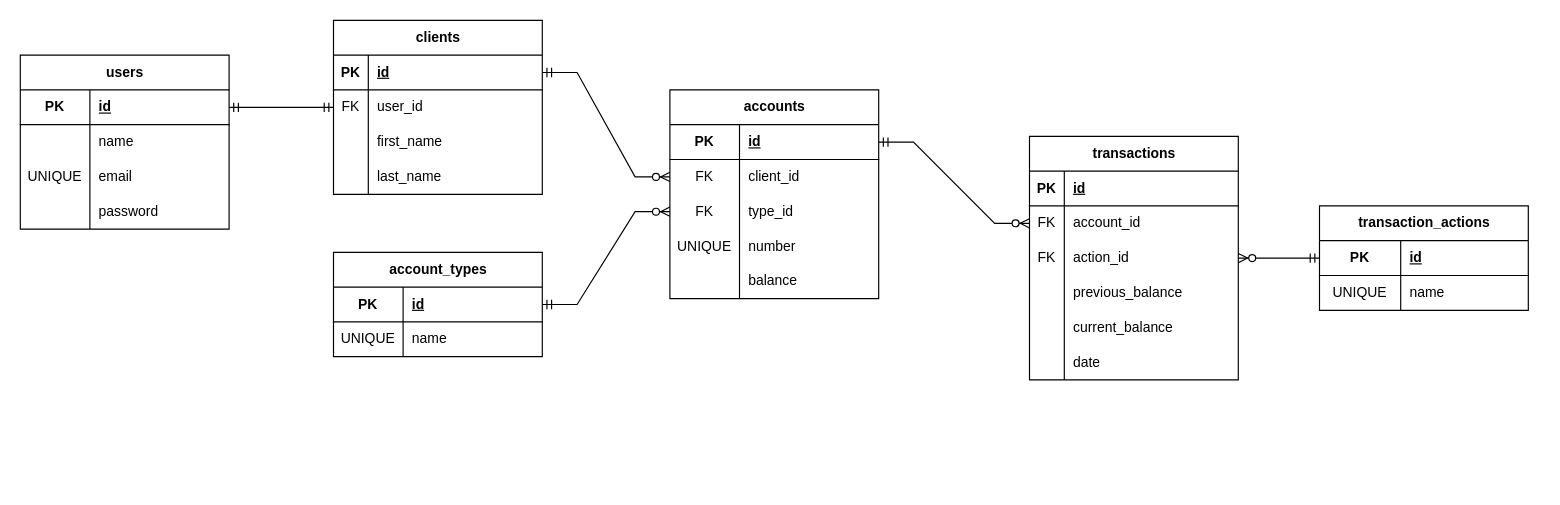
Earlier version of the draw.io diagram src/main/resources/docs/modelo-entidad-relacion.drawio (NVFox/sofka-spring-bank). Source tidied: cells renumbered, new cells numbered last; positions are measured from the earlier drawing's top-left corner, leaving out a move shared by most shapes. Both pictures are drawn from the tidied source at 116%, with x=0, y=0 at pixel (20, 20).
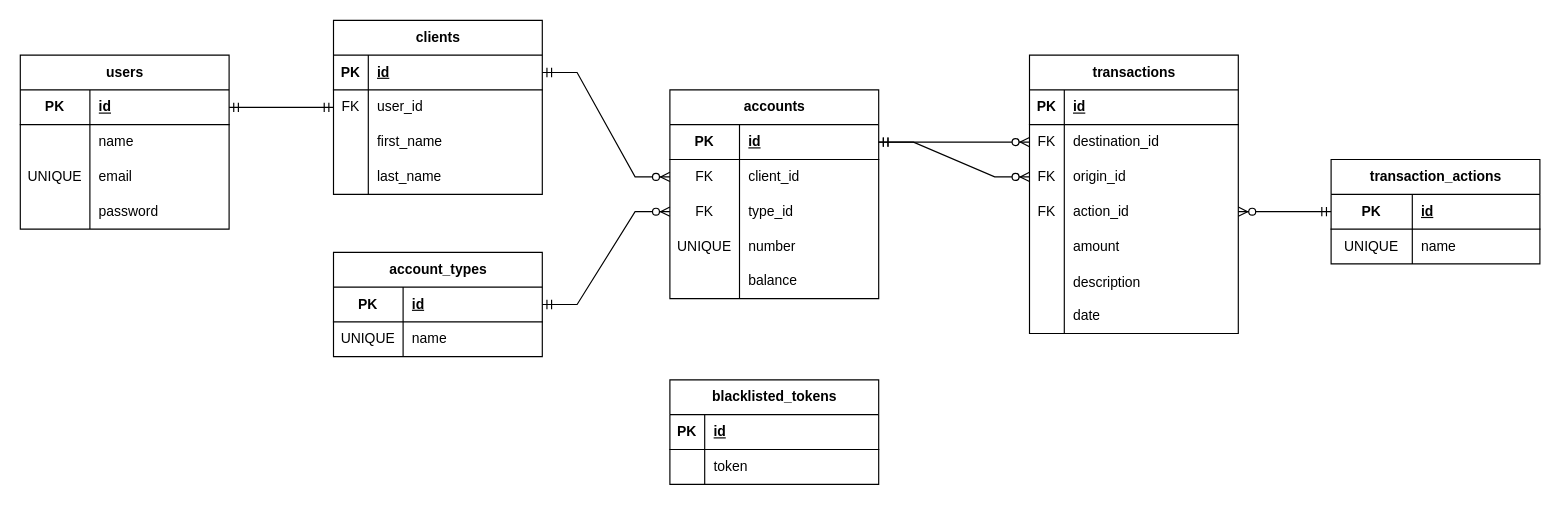
The same diagram, later.

Unchanged cells that the change refers to:
```xml
<mxCell id="36" style="shape=tableRow;horizontal=0;startSize=0;swimlaneHead=0;swimlaneBody=0;fillColor=none;points=[[0,0.5],[1,0.5]];portConstraint=eastwest;top=0;left=0;right=0;bottom=1;" parent="35" vertex="1">
  <mxGeometry y="30" width="180" height="30" as="geometry" />
</mxCell>
```

Diff of the diagram source:
```diff
@@
     <mxCell id="51" value="transaction_actions" style="shape=table;startSize=30;childLayout=tableLayout;rowLines=0;fontStyle=1;align=center;html=1;" parent="1" vertex="1">
-      <mxGeometry x="1120" y="160" width="180" height="90" as="geometry" />
+      <mxGeometry x="1130" y="120" width="180" height="90" as="geometry" />
     </mxCell>
@@
     <mxCell id="58" value="transactions" style="shape=table;startSize=30;childLayout=tableLayout;rowLines=0;fontStyle=1;align=center;html=1;" parent="1" vertex="1">
-      <mxGeometry x="870" y="100" width="180" height="210" as="geometry" />
+      <mxGeometry x="870" y="30" width="180" height="240" as="geometry" />
     </mxCell>
@@
+    <mxCell id="82" style="shape=tableRow;horizontal=0;startSize=0;swimlaneHead=0;swimlaneBody=0;fillColor=none;points=[[0,0.5],[1,0.5]];portConstraint=eastwest;top=0;left=0;right=0;bottom=0;" parent="58" vertex="1">
+      <mxGeometry y="60" width="180" height="30" as="geometry" />
+    </mxCell>
+    <mxCell id="83" value="FK" style="shape=partialRectangle;fillColor=none;top=0;left=0;bottom=0;right=0;fontStyle=0;overflow=hidden;whiteSpace=wrap;html=1;" parent="82" vertex="1">
+      <mxGeometry width="30" height="30" as="geometry" />
+    </mxCell>
+    <mxCell id="84" value="destination_id" style="shape=partialRectangle;fillColor=none;top=0;left=0;bottom=0;right=0;align=left;spacingLeft=6;fontStyle=0;overflow=hidden;whiteSpace=wrap;html=1;" parent="82" vertex="1">
+      <mxGeometry x="30" width="150" height="30" as="geometry" />
+    </mxCell>
     <mxCell id="62" style="shape=tableRow;horizontal=0;startSize=0;swimlaneHead=0;swimlaneBody=0;fillColor=none;points=[[0,0.5],[1,0.5]];portConstraint=eastwest;top=0;left=0;right=0;bottom=0;" parent="58" vertex="1">
-      <mxGeometry y="60" width="180" height="30" as="geometry" />
+      <mxGeometry y="90" width="180" height="30" as="geometry" />
     </mxCell>
@@
-    <mxCell id="64" value="account_id" style="shape=partialRectangle;fillColor=none;top=0;left=0;bottom=0;right=0;align=left;spacingLeft=6;fontStyle=0;overflow=hidden;whiteSpace=wrap;html=1;" parent="62" vertex="1">
+    <mxCell id="64" value="origin_id" style="shape=partialRectangle;fillColor=none;top=0;left=0;bottom=0;right=0;align=left;spacingLeft=6;fontStyle=0;overflow=hidden;whiteSpace=wrap;html=1;" parent="62" vertex="1">
       <mxGeometry x="30" width="150" height="30" as="geometry" />
     </mxCell>
     <mxCell id="65" style="shape=tableRow;horizontal=0;startSize=0;swimlaneHead=0;swimlaneBody=0;fillColor=none;points=[[0,0.5],[1,0.5]];portConstraint=eastwest;top=0;left=0;right=0;bottom=0;" parent="58" vertex="1">
-      <mxGeometry y="90" width="180" height="30" as="geometry" />
+      <mxGeometry y="120" width="180" height="30" as="geometry" />
     </mxCell>
@@
     <mxCell id="68" style="shape=tableRow;horizontal=0;startSize=0;swimlaneHead=0;swimlaneBody=0;fillColor=none;top=0;left=0;right=0;bottom=0;" parent="58" vertex="1">
-      <mxGeometry y="120" width="180" height="30" as="geometry" />
+      <mxGeometry y="150" width="180" height="30" as="geometry" />
     </mxCell>
@@
-    <mxCell id="70" value="previous_balance" style="shape=partialRectangle;fillColor=none;top=0;left=0;bottom=0;right=0;align=left;spacingLeft=6;overflow=hidden;whiteSpace=wrap;html=1;" parent="68" vertex="1">
+    <mxCell id="70" value="amount" style="shape=partialRectangle;fillColor=none;top=0;left=0;bottom=0;right=0;align=left;spacingLeft=6;overflow=hidden;whiteSpace=wrap;html=1;" parent="68" vertex="1">
       <mxGeometry x="30" width="150" height="30" as="geometry" />
     </mxCell>
-    <mxCell id="71" style="shape=tableRow;horizontal=0;startSize=0;swimlaneHead=0;swimlaneBody=0;fillColor=none;top=0;left=0;right=0;bottom=0;" parent="58" vertex="1">
-      <mxGeometry y="150" width="180" height="30" as="geometry" />
-    </mxCell>
-    <mxCell id="72" style="shape=partialRectangle;fillColor=none;top=0;left=0;bottom=0;right=0;overflow=hidden;whiteSpace=wrap;html=1;" parent="71" vertex="1">
-      <mxGeometry width="30" height="30" as="geometry" />
-    </mxCell>
-    <mxCell id="73" value="current_balance" style="shape=partialRectangle;fillColor=none;top=0;left=0;bottom=0;right=0;align=left;spacingLeft=6;overflow=hidden;whiteSpace=wrap;html=1;" parent="71" vertex="1">
-      <mxGeometry x="30" width="150" height="30" as="geometry" />
-    </mxCell>
+    <mxCell id="85" style="shape=tableRow;horizontal=0;startSize=0;swimlaneHead=0;swimlaneBody=0;fillColor=none;top=0;left=0;right=0;bottom=0;" parent="58" vertex="1">
+      <mxGeometry y="180" width="180" height="30" as="geometry" />
+    </mxCell>
+    <mxCell id="86" style="shape=partialRectangle;fillColor=none;top=0;left=0;bottom=0;right=0;overflow=hidden;" parent="85" vertex="1">
+      <mxGeometry width="30" height="30" as="geometry" />
+    </mxCell>
+    <mxCell id="87" value="description" style="shape=partialRectangle;fillColor=none;top=0;left=0;bottom=0;right=0;align=left;spacingLeft=6;overflow=hidden;" parent="85" vertex="1">
+      <mxGeometry x="30" width="150" height="30" as="geometry" />
+    </mxCell>
     <mxCell id="74" style="shape=tableRow;horizontal=0;startSize=0;swimlaneHead=0;swimlaneBody=0;fillColor=none;top=0;left=0;right=0;bottom=0;" parent="58" vertex="1">
-      <mxGeometry y="180" width="180" height="30" as="geometry" />
+      <mxGeometry y="210" width="180" height="30" as="geometry" />
     </mxCell>
@@
+    <mxCell id="88" value="blacklisted_tokens" style="shape=table;startSize=30;childLayout=tableLayout;rowLines=0;fontStyle=1;align=center;html=1;" parent="1" vertex="1">
+      <mxGeometry x="560" y="310" width="180" height="90" as="geometry" />
+    </mxCell>
+    <mxCell id="89" style="shape=tableRow;horizontal=0;startSize=0;swimlaneHead=0;swimlaneBody=0;fillColor=none;top=0;left=0;right=0;bottom=1;" parent="88" vertex="1">
+      <mxGeometry y="30" width="180" height="30" as="geometry" />
+    </mxCell>
+    <mxCell id="90" value="PK" style="shape=partialRectangle;fillColor=none;top=0;left=0;bottom=0;right=0;fontStyle=1;overflow=hidden;whiteSpace=wrap;html=1;" parent="89" vertex="1">
+      <mxGeometry width="30" height="30" as="geometry" />
+    </mxCell>
+    <mxCell id="91" value="id" style="shape=partialRectangle;fillColor=none;top=0;left=0;bottom=0;right=0;align=left;spacingLeft=6;fontStyle=5;overflow=hidden;whiteSpace=wrap;html=1;" parent="89" vertex="1">
+      <mxGeometry x="30" width="150" height="30" as="geometry" />
+    </mxCell>
+    <mxCell id="92" style="shape=tableRow;horizontal=0;startSize=0;swimlaneHead=0;swimlaneBody=0;fillColor=none;top=0;left=0;right=0;bottom=0;" parent="88" vertex="1">
+      <mxGeometry y="60" width="180" height="30" as="geometry" />
+    </mxCell>
+    <mxCell id="72" style="shape=partialRectangle;fillColor=none;top=0;left=0;bottom=0;right=0;overflow=hidden;whiteSpace=wrap;html=1;" parent="92" vertex="1">
+      <mxGeometry width="30" height="30" as="geometry" />
+    </mxCell>
+    <mxCell id="93" value="token" style="shape=partialRectangle;fillColor=none;top=0;left=0;bottom=0;right=0;align=left;spacingLeft=6;overflow=hidden;whiteSpace=wrap;html=1;" parent="92" vertex="1">
+      <mxGeometry x="30" width="150" height="30" as="geometry" />
+    </mxCell>
+    <mxCell id="94" style="edgeStyle=entityRelationEdgeStyle;fontSize=12;html=1;endArrow=ERzeroToMany;startArrow=ERmandOne;rounded=0;" parent="1" edge="1" source="36" target="82">
+      <mxGeometry relative="1" as="geometry" />
+    </mxCell>
```
